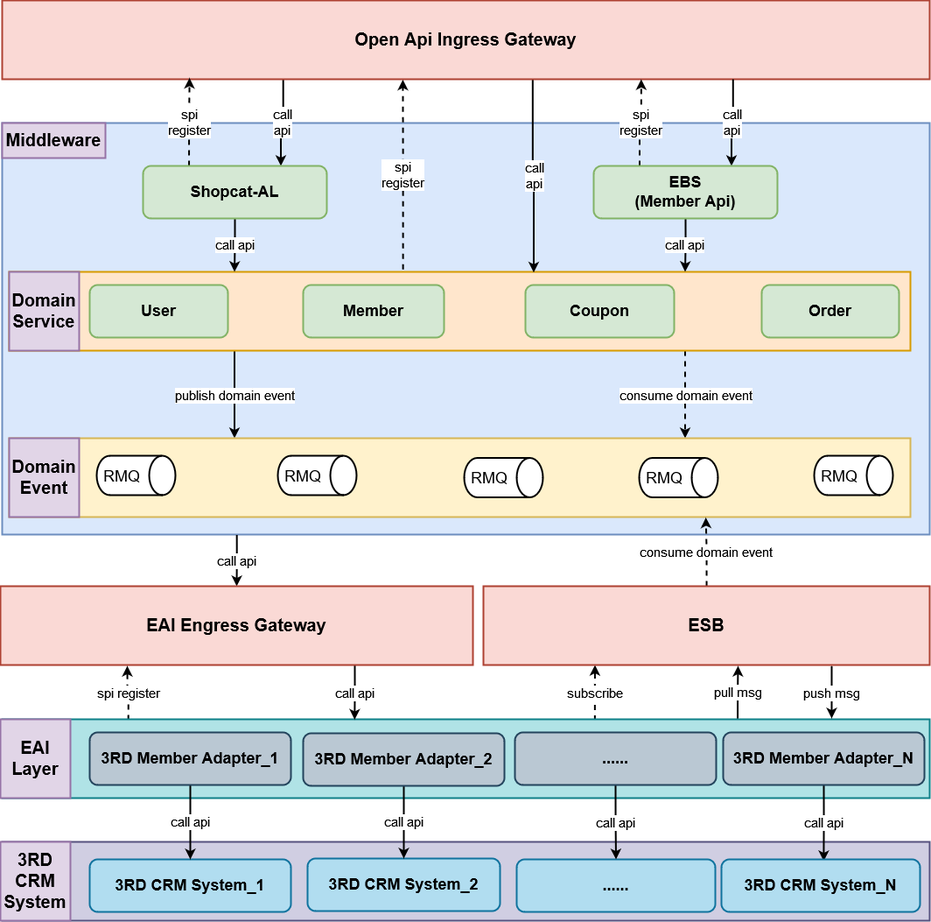
jackie-thank/beego-authz keeps this draw.io diagram as Shopcat.drawio.png. Above is the earlier version. Source tidied: cells renumbered, new cells last; positions are measured from the earlier drawing's top-left corner, leaving out a move shared by most shapes. The source it was exported from:
```xml
<mxGraphModel>
  <root>
    <mxCell id="0" />
    <mxCell id="1" parent="0" />
    <mxCell id="2" style="rounded=0;whiteSpace=wrap;html=1;strokeWidth=2;fontSize=18;fillColor=#dae8fc;strokeColor=#6c8ebf;" parent="1" vertex="1">
      <mxGeometry x="2" y="140" width="1060" height="470" as="geometry" />
    </mxCell>
    <mxCell id="3" value="&lt;div&gt;publish domain event&lt;br&gt;&lt;/div&gt;" style="edgeStyle=orthogonalEdgeStyle;rounded=0;jettySize=auto;html=1;exitX=0.25;exitY=1;exitDx=0;exitDy=0;entryX=0.25;entryY=0;entryDx=0;entryDy=0;strokeWidth=2;fontSize=15;" parent="1" edge="1" source="6" target="44">
      <mxGeometry relative="1" as="geometry" />
    </mxCell>
    <mxCell id="4" value="&lt;div&gt;consume domain event&lt;br&gt;&lt;/div&gt;" style="edgeStyle=orthogonalEdgeStyle;rounded=0;jettySize=auto;html=1;exitX=0.75;exitY=1;exitDx=0;exitDy=0;entryX=0.75;entryY=0;entryDx=0;entryDy=0;strokeWidth=2;fontSize=15;dashed=1;" parent="1" edge="1" source="6" target="44">
      <mxGeometry relative="1" as="geometry" />
    </mxCell>
    <mxCell id="5" value="&lt;div&gt;spi&lt;/div&gt;&lt;div&gt;register&lt;br&gt;&lt;/div&gt;" style="edgeStyle=orthogonalEdgeStyle;rounded=0;jettySize=auto;html=1;exitX=0.437;exitY=-0.031;exitDx=0;exitDy=0;entryX=0.432;entryY=1.005;entryDx=0;entryDy=0;entryPerimeter=0;dashed=1;strokeWidth=2;fontSize=15;exitPerimeter=0;" parent="1" edge="1" source="6" target="9">
      <mxGeometry relative="1" as="geometry" />
    </mxCell>
    <mxCell id="6" style="rounded=0;whiteSpace=wrap;html=1;strokeWidth=2;fontSize=20;fontStyle=1;fillColor=#ffe6cc;strokeColor=#d79b00;" parent="1" vertex="1">
      <mxGeometry x="10" y="310" width="1030" height="90" as="geometry" />
    </mxCell>
    <mxCell id="7" value="&lt;div&gt;call&lt;/div&gt;&lt;div&gt;api&lt;/div&gt;" style="edgeStyle=orthogonalEdgeStyle;rounded=0;jettySize=auto;html=1;exitX=0.303;exitY=0.983;exitDx=0;exitDy=0;entryX=0.75;entryY=0;entryDx=0;entryDy=0;strokeWidth=2;fontSize=15;exitPerimeter=0;" parent="1" edge="1" source="9" target="22">
      <mxGeometry relative="1" as="geometry" />
    </mxCell>
    <mxCell id="8" value="&lt;div&gt;call&lt;/div&gt;&lt;div&gt;api&lt;br&gt;&lt;/div&gt;" style="edgeStyle=orthogonalEdgeStyle;rounded=0;jettySize=auto;html=1;exitX=0.572;exitY=0.99;exitDx=0;exitDy=0;entryX=0.582;entryY=0.008;entryDx=0;entryDy=0;entryPerimeter=0;strokeWidth=2;fontSize=15;exitPerimeter=0;" parent="1" edge="1" source="9" target="6">
      <mxGeometry relative="1" as="geometry" />
    </mxCell>
    <mxCell id="9" value="Open Api Ingress Gateway" style="rounded=0;whiteSpace=wrap;html=1;strokeWidth=2;fontSize=20;fontStyle=1;fillColor=#fad9d5;strokeColor=#ae4132;" parent="1" vertex="1">
      <mxGeometry x="2" width="1060" height="90" as="geometry" />
    </mxCell>
    <mxCell id="10" style="rounded=0;whiteSpace=wrap;html=1;strokeWidth=2;fontSize=18;fillColor=#d0cee2;strokeColor=#56517e;" parent="1" vertex="1">
      <mxGeometry x="2" y="961" width="1060" height="90" as="geometry" />
    </mxCell>
    <mxCell id="11" value="spi register" style="edgeStyle=orthogonalEdgeStyle;rounded=0;jettySize=auto;html=1;exitX=0.136;exitY=0.011;exitDx=0;exitDy=0;dashed=1;strokeWidth=2;fontSize=15;exitPerimeter=0;" parent="1" edge="1" source="14">
      <mxGeometry relative="1" as="geometry">
        <mxPoint x="145" y="760" as="targetPoint" />
      </mxGeometry>
    </mxCell>
    <mxCell id="12" value="subscribe" style="edgeStyle=orthogonalEdgeStyle;rounded=0;jettySize=auto;html=1;exitX=0.639;exitY=0.016;exitDx=0;exitDy=0;entryX=0.25;entryY=1;entryDx=0;entryDy=0;dashed=1;strokeWidth=2;fontSize=15;exitPerimeter=0;" parent="1" edge="1" source="14" target="64">
      <mxGeometry relative="1" as="geometry" />
    </mxCell>
    <mxCell id="13" value="pull msg" style="edgeStyle=orthogonalEdgeStyle;rounded=0;jettySize=auto;html=1;exitX=0.793;exitY=-0.007;exitDx=0;exitDy=0;strokeWidth=2;fontSize=15;exitPerimeter=0;" parent="1" edge="1" source="14">
      <mxGeometry relative="1" as="geometry">
        <mxPoint x="843" y="760" as="targetPoint" />
      </mxGeometry>
    </mxCell>
    <mxCell id="14" style="rounded=0;whiteSpace=wrap;html=1;strokeWidth=2;fontSize=18;fillColor=#b0e3e6;strokeColor=#0e8088;" parent="1" vertex="1">
      <mxGeometry x="2" y="821" width="1060" height="90" as="geometry" />
    </mxCell>
    <mxCell id="15" value="&lt;div style=&quot;font-size: 15px;&quot;&gt;call&lt;/div&gt;&lt;div style=&quot;font-size: 15px;&quot;&gt;api&lt;br style=&quot;font-size: 15px;&quot;&gt;&lt;/div&gt;" style="edgeStyle=orthogonalEdgeStyle;rounded=0;jettySize=auto;html=1;entryX=0.75;entryY=0;entryDx=0;entryDy=0;strokeWidth=2;fontSize=15;exitX=0.788;exitY=1;exitDx=0;exitDy=0;exitPerimeter=0;" parent="1" edge="1" source="9" target="26">
      <mxGeometry relative="1" as="geometry" />
    </mxCell>
    <mxCell id="16" value="Member" style="rounded=1;whiteSpace=wrap;html=1;strokeWidth=2;fontSize=18;fontStyle=1;fillColor=#d5e8d4;strokeColor=#82b366;" parent="1" vertex="1">
      <mxGeometry x="346" y="325" width="161" height="60" as="geometry" />
    </mxCell>
    <mxCell id="17" value="User" style="rounded=1;whiteSpace=wrap;html=1;strokeWidth=2;fontSize=18;fontStyle=1;fillColor=#d5e8d4;strokeColor=#82b366;" parent="1" vertex="1">
      <mxGeometry x="102" y="325" width="158" height="60" as="geometry" />
    </mxCell>
    <mxCell id="18" value="Coupon" style="rounded=1;whiteSpace=wrap;html=1;strokeWidth=2;fontSize=18;fontStyle=1;fillColor=#d5e8d4;strokeColor=#82b366;" parent="1" vertex="1">
      <mxGeometry x="600" y="325" width="170" height="60" as="geometry" />
    </mxCell>
    <mxCell id="19" value="Order" style="rounded=1;whiteSpace=wrap;html=1;strokeWidth=2;fontSize=18;fontStyle=1;fillColor=#d5e8d4;strokeColor=#82b366;" parent="1" vertex="1">
      <mxGeometry x="870" y="325" width="157" height="60" as="geometry" />
    </mxCell>
    <mxCell id="20" value="call api" style="edgeStyle=orthogonalEdgeStyle;rounded=0;jettySize=auto;html=1;exitX=0.5;exitY=1;exitDx=0;exitDy=0;entryX=0.25;entryY=0;entryDx=0;entryDy=0;strokeWidth=2;fontSize=15;" parent="1" edge="1" source="22" target="6">
      <mxGeometry relative="1" as="geometry" />
    </mxCell>
    <mxCell id="21" value="&lt;div&gt;spi&lt;/div&gt;&lt;div&gt;register&lt;br&gt;&lt;/div&gt;" style="edgeStyle=orthogonalEdgeStyle;rounded=0;jettySize=auto;html=1;exitX=0.25;exitY=0;exitDx=0;exitDy=0;entryX=0.202;entryY=0.983;entryDx=0;entryDy=0;entryPerimeter=0;strokeWidth=2;fontSize=15;dashed=1;" parent="1" edge="1" source="22" target="9">
      <mxGeometry relative="1" as="geometry" />
    </mxCell>
    <mxCell id="22" value="Shopcat-AL" style="rounded=1;whiteSpace=wrap;html=1;strokeWidth=2;fontSize=18;fontStyle=1;fillColor=#d5e8d4;strokeColor=#82b366;" parent="1" vertex="1">
      <mxGeometry x="163" y="189" width="210" height="60" as="geometry" />
    </mxCell>
    <mxCell id="23" value="call api" style="edgeStyle=orthogonalEdgeStyle;rounded=0;jettySize=auto;html=1;strokeWidth=2;fontSize=15;exitX=0.5;exitY=1;exitDx=0;exitDy=0;entryX=0.75;entryY=0;entryDx=0;entryDy=0;" parent="1" edge="1" source="26" target="6">
      <mxGeometry relative="1" as="geometry" />
    </mxCell>
    <mxCell id="24" value="call api" style="edgeStyle=orthogonalEdgeStyle;rounded=0;jettySize=auto;html=1;strokeWidth=2;fontSize=15;entryX=0.5;entryY=0;entryDx=0;entryDy=0;exitX=0.253;exitY=1.001;exitDx=0;exitDy=0;exitPerimeter=0;" parent="1" edge="1" source="2" target="37">
      <mxGeometry relative="1" as="geometry" />
    </mxCell>
    <mxCell id="25" value="&lt;div style=&quot;font-size: 15px;&quot;&gt;spi&lt;/div&gt;&lt;div style=&quot;font-size: 15px;&quot;&gt;register&lt;br style=&quot;font-size: 15px;&quot;&gt;&lt;/div&gt;" style="edgeStyle=orthogonalEdgeStyle;rounded=0;jettySize=auto;html=1;exitX=0.25;exitY=0;exitDx=0;exitDy=0;entryX=0.689;entryY=1;entryDx=0;entryDy=0;entryPerimeter=0;strokeWidth=2;fontSize=15;dashed=1;" parent="1" edge="1" source="26" target="9">
      <mxGeometry relative="1" as="geometry" />
    </mxCell>
    <mxCell id="26" value="&lt;div&gt;EBS&lt;/div&gt;&lt;div&gt;(Member Api)&lt;br&gt;&lt;/div&gt;" style="rounded=1;whiteSpace=wrap;html=1;strokeWidth=2;fontSize=18;fontStyle=1;fillColor=#d5e8d4;strokeColor=#82b366;" parent="1" vertex="1">
      <mxGeometry x="678" y="189" width="210" height="60" as="geometry" />
    </mxCell>
    <mxCell id="27" value="&lt;div style=&quot;font-size: 15px;&quot;&gt;call api&lt;/div&gt;" style="edgeStyle=orthogonalEdgeStyle;rounded=0;jettySize=auto;html=1;exitX=0.5;exitY=1;exitDx=0;exitDy=0;entryX=0.515;entryY=0.033;entryDx=0;entryDy=0;entryPerimeter=0;strokeWidth=2;fontSize=15;" parent="1" edge="1" source="28" target="29">
      <mxGeometry relative="1" as="geometry" />
    </mxCell>
    <mxCell id="28" value="&lt;div&gt;3RD Member Adapter_N&lt;br&gt;&lt;/div&gt;" style="rounded=1;whiteSpace=wrap;html=1;strokeWidth=2;fontSize=18;fontStyle=1;fillColor=#bac8d3;strokeColor=#23445d;" parent="1" vertex="1">
      <mxGeometry x="826" y="836" width="230" height="60" as="geometry" />
    </mxCell>
    <mxCell id="29" value="&lt;div&gt;3RD CRM System_N&lt;br&gt;&lt;/div&gt;" style="rounded=1;whiteSpace=wrap;html=1;strokeWidth=2;fontSize=18;fontStyle=1;fillColor=#b1ddf0;strokeColor=#10739e;" parent="1" vertex="1">
      <mxGeometry x="824" y="981" width="227" height="60" as="geometry" />
    </mxCell>
    <mxCell id="30" value="Middleware" style="rounded=0;whiteSpace=wrap;html=1;strokeWidth=2;fontSize=20;fontStyle=1;fillColor=#e1d5e7;strokeColor=#9673a6;" parent="1" vertex="1">
      <mxGeometry x="2" y="140" width="118" height="40" as="geometry" />
    </mxCell>
    <mxCell id="31" value="&lt;div&gt;EAI&lt;/div&gt;&lt;div&gt;Layer&lt;br&gt;&lt;/div&gt;" style="rounded=0;whiteSpace=wrap;html=1;strokeWidth=2;fontSize=20;fontStyle=1;fillColor=#e1d5e7;strokeColor=#9673a6;" parent="1" vertex="1">
      <mxGeometry y="821" width="80" height="90" as="geometry" />
    </mxCell>
    <mxCell id="32" value="&lt;div&gt;3RD&lt;/div&gt;&lt;div&gt;CRM&lt;/div&gt;&lt;div&gt;System&lt;br&gt;&lt;/div&gt;" style="rounded=0;whiteSpace=wrap;html=1;strokeWidth=2;fontSize=20;fontStyle=1;fillColor=#e1d5e7;strokeColor=#9673a6;" parent="1" vertex="1">
      <mxGeometry y="961" width="80" height="90" as="geometry" />
    </mxCell>
    <mxCell id="33" value="&lt;div&gt;3RD CRM System_1&lt;br&gt;&lt;/div&gt;" style="rounded=1;whiteSpace=wrap;html=1;strokeWidth=2;fontSize=18;fontStyle=1;fillColor=#b1ddf0;strokeColor=#10739e;" parent="1" vertex="1">
      <mxGeometry x="102" y="981" width="230" height="60" as="geometry" />
    </mxCell>
    <mxCell id="34" value="&lt;div&gt;3RD CRM System_2&lt;br&gt;&lt;/div&gt;" style="rounded=1;whiteSpace=wrap;html=1;strokeWidth=2;fontSize=18;fontStyle=1;fillColor=#b1ddf0;strokeColor=#10739e;" parent="1" vertex="1">
      <mxGeometry x="351" y="980" width="220" height="60" as="geometry" />
    </mxCell>
    <mxCell id="35" value="......" style="rounded=1;whiteSpace=wrap;html=1;strokeWidth=2;fontSize=18;fontStyle=1;fillColor=#b1ddf0;strokeColor=#10739e;" parent="1" vertex="1">
      <mxGeometry x="590" y="981" width="227" height="60" as="geometry" />
    </mxCell>
    <mxCell id="36" value="call api" style="edgeStyle=orthogonalEdgeStyle;rounded=0;jettySize=auto;html=1;exitX=0.75;exitY=1;exitDx=0;exitDy=0;entryX=0.38;entryY=0.005;entryDx=0;entryDy=0;strokeWidth=2;fontSize=15;entryPerimeter=0;" parent="1" edge="1" source="37" target="14">
      <mxGeometry relative="1" as="geometry" />
    </mxCell>
    <mxCell id="37" value="EAI Engress Gateway" style="rounded=0;whiteSpace=wrap;html=1;strokeWidth=2;fontSize=20;fontStyle=1;fillColor=#fad9d5;strokeColor=#ae4132;" parent="1" vertex="1">
      <mxGeometry y="669" width="540" height="90" as="geometry" />
    </mxCell>
    <mxCell id="38" value="call api" style="edgeStyle=orthogonalEdgeStyle;rounded=0;jettySize=auto;html=1;exitX=0.5;exitY=1;exitDx=0;exitDy=0;entryX=0.5;entryY=0;entryDx=0;entryDy=0;strokeWidth=2;fontSize=15;" parent="1" edge="1" source="39" target="33">
      <mxGeometry relative="1" as="geometry" />
    </mxCell>
    <mxCell id="39" value="&lt;div&gt;3RD Member Adapter_1&lt;br&gt;&lt;/div&gt;" style="rounded=1;whiteSpace=wrap;html=1;strokeWidth=2;fontSize=18;fontStyle=1;fillColor=#bac8d3;strokeColor=#23445d;" parent="1" vertex="1">
      <mxGeometry x="102" y="836" width="230" height="60" as="geometry" />
    </mxCell>
    <mxCell id="40" value="call api" style="edgeStyle=orthogonalEdgeStyle;rounded=0;jettySize=auto;html=1;exitX=0.5;exitY=1;exitDx=0;exitDy=0;strokeWidth=2;fontSize=15;" parent="1" edge="1" source="41" target="34">
      <mxGeometry relative="1" as="geometry" />
    </mxCell>
    <mxCell id="41" value="&lt;div&gt;3RD Member Adapter_2&lt;br&gt;&lt;/div&gt;" style="rounded=1;whiteSpace=wrap;html=1;strokeWidth=2;fontSize=18;fontStyle=1;fillColor=#bac8d3;strokeColor=#23445d;" parent="1" vertex="1">
      <mxGeometry x="346" y="837" width="230" height="60" as="geometry" />
    </mxCell>
    <mxCell id="42" value="call api" style="edgeStyle=orthogonalEdgeStyle;rounded=0;jettySize=auto;html=1;exitX=0.5;exitY=1;exitDx=0;exitDy=0;strokeWidth=2;fontSize=15;" parent="1" edge="1" source="43" target="35">
      <mxGeometry relative="1" as="geometry" />
    </mxCell>
    <mxCell id="43" value="......" style="rounded=1;whiteSpace=wrap;html=1;strokeWidth=2;fontSize=18;fontStyle=1;fillColor=#bac8d3;strokeColor=#23445d;" parent="1" vertex="1">
      <mxGeometry x="588" y="836" width="230" height="60" as="geometry" />
    </mxCell>
    <mxCell id="44" style="rounded=0;whiteSpace=wrap;html=1;strokeWidth=2;fontSize=20;fontStyle=1;fillColor=#fff2cc;strokeColor=#d6b656;" parent="1" vertex="1">
      <mxGeometry x="10" y="500" width="1030" height="90" as="geometry" />
    </mxCell>
    <mxCell id="45" value="&lt;div&gt;Domain&lt;/div&gt;&lt;div&gt;Event&lt;br&gt;&lt;/div&gt;" style="rounded=0;whiteSpace=wrap;html=1;strokeWidth=2;fontSize=20;fontStyle=1;fillColor=#e1d5e7;strokeColor=#9673a6;" parent="1" vertex="1">
      <mxGeometry x="10" y="500" width="80" height="90" as="geometry" />
    </mxCell>
    <mxCell id="46" style="group;strokeWidth=2;fontSize=18;" parent="1" vertex="1">
      <mxGeometry x="110" y="520" width="90" height="45" as="geometry" />
    </mxCell>
    <mxCell id="47" style="shape=cylinder3;whiteSpace=wrap;html=1;boundedLbl=1;backgroundOutline=1;size=15;strokeWidth=2;fontSize=18;rotation=90;" parent="46" vertex="1">
      <mxGeometry x="22.5" y="-22.5" width="45" height="90" as="geometry" />
    </mxCell>
    <mxCell id="48" value="RMQ" style="text;html=1;strokeColor=none;fillColor=none;align=center;verticalAlign=middle;whiteSpace=wrap;rounded=0;strokeWidth=2;fontSize=18;" parent="46" vertex="1">
      <mxGeometry y="7.5" width="58" height="30" as="geometry" />
    </mxCell>
    <mxCell id="49" style="group;strokeWidth=2;fontSize=18;" parent="1" vertex="1">
      <mxGeometry x="317" y="520" width="90" height="45" as="geometry" />
    </mxCell>
    <mxCell id="50" style="shape=cylinder3;whiteSpace=wrap;html=1;boundedLbl=1;backgroundOutline=1;size=15;strokeWidth=2;fontSize=18;rotation=90;" parent="49" vertex="1">
      <mxGeometry x="22.5" y="-22.5" width="45" height="90" as="geometry" />
    </mxCell>
    <mxCell id="51" value="RMQ" style="text;html=1;strokeColor=none;fillColor=none;align=center;verticalAlign=middle;whiteSpace=wrap;rounded=0;strokeWidth=2;fontSize=18;" parent="49" vertex="1">
      <mxGeometry y="7.5" width="58" height="30" as="geometry" />
    </mxCell>
    <mxCell id="52" style="group;strokeWidth=2;fontSize=18;" parent="1" vertex="1">
      <mxGeometry x="530" y="522.5" width="90" height="45" as="geometry" />
    </mxCell>
    <mxCell id="53" style="shape=cylinder3;whiteSpace=wrap;html=1;boundedLbl=1;backgroundOutline=1;size=15;strokeWidth=2;fontSize=18;rotation=90;" parent="52" vertex="1">
      <mxGeometry x="22.5" y="-22.5" width="45" height="90" as="geometry" />
    </mxCell>
    <mxCell id="54" value="RMQ" style="text;html=1;strokeColor=none;fillColor=none;align=center;verticalAlign=middle;whiteSpace=wrap;rounded=0;strokeWidth=2;fontSize=18;" parent="52" vertex="1">
      <mxGeometry y="7.5" width="58" height="30" as="geometry" />
    </mxCell>
    <mxCell id="55" style="group;strokeWidth=2;fontSize=18;" parent="1" vertex="1">
      <mxGeometry x="730" y="522.5" width="90" height="45" as="geometry" />
    </mxCell>
    <mxCell id="56" style="shape=cylinder3;whiteSpace=wrap;html=1;boundedLbl=1;backgroundOutline=1;size=15;strokeWidth=2;fontSize=18;rotation=90;" parent="55" vertex="1">
      <mxGeometry x="22.5" y="-22.5" width="45" height="90" as="geometry" />
    </mxCell>
    <mxCell id="57" value="RMQ" style="text;html=1;strokeColor=none;fillColor=none;align=center;verticalAlign=middle;whiteSpace=wrap;rounded=0;strokeWidth=2;fontSize=18;" parent="55" vertex="1">
      <mxGeometry y="7.5" width="58" height="30" as="geometry" />
    </mxCell>
    <mxCell id="58" style="group;strokeWidth=2;fontSize=18;" parent="1" vertex="1">
      <mxGeometry x="930" y="520" width="90" height="45" as="geometry" />
    </mxCell>
    <mxCell id="59" style="shape=cylinder3;whiteSpace=wrap;html=1;boundedLbl=1;backgroundOutline=1;size=15;strokeWidth=2;fontSize=18;rotation=90;" parent="58" vertex="1">
      <mxGeometry x="22.5" y="-22.5" width="45" height="90" as="geometry" />
    </mxCell>
    <mxCell id="60" value="RMQ" style="text;html=1;strokeColor=none;fillColor=none;align=center;verticalAlign=middle;whiteSpace=wrap;rounded=0;strokeWidth=2;fontSize=18;" parent="58" vertex="1">
      <mxGeometry y="7.5" width="58" height="30" as="geometry" />
    </mxCell>
    <mxCell id="61" value="&lt;div&gt;Domain&lt;/div&gt;&lt;div&gt;Service&lt;br&gt;&lt;/div&gt;" style="rounded=0;whiteSpace=wrap;html=1;strokeWidth=2;fontSize=20;fontStyle=1;fillColor=#e1d5e7;strokeColor=#9673a6;" parent="1" vertex="1">
      <mxGeometry x="10" y="310" width="80" height="90" as="geometry" />
    </mxCell>
    <mxCell id="62" value="&lt;div&gt;consume domain event&lt;br&gt;&lt;/div&gt;" style="edgeStyle=orthogonalEdgeStyle;rounded=0;jettySize=auto;html=1;exitX=0.5;exitY=0;exitDx=0;exitDy=0;dashed=1;strokeWidth=2;fontSize=15;entryX=0.773;entryY=1.006;entryDx=0;entryDy=0;entryPerimeter=0;" parent="1" edge="1" source="64" target="44">
      <mxGeometry relative="1" as="geometry" />
    </mxCell>
    <mxCell id="63" value="&lt;div&gt;push msg&lt;/div&gt;" style="edgeStyle=orthogonalEdgeStyle;rounded=0;orthogonalLoop=1;jettySize=auto;html=1;strokeWidth=2;fontSize=15;" parent="1" edge="1">
      <mxGeometry relative="1" as="geometry">
        <mxPoint x="950" y="760" as="sourcePoint" />
        <mxPoint x="950" y="820" as="targetPoint" />
      </mxGeometry>
    </mxCell>
    <mxCell id="64" value="ESB" style="rounded=0;whiteSpace=wrap;html=1;strokeWidth=2;fontSize=20;fontStyle=1;fillColor=#fad9d5;strokeColor=#ae4132;" parent="1" vertex="1">
      <mxGeometry x="552" y="669" width="510" height="90" as="geometry" />
    </mxCell>
  </root>
</mxGraphModel>
```
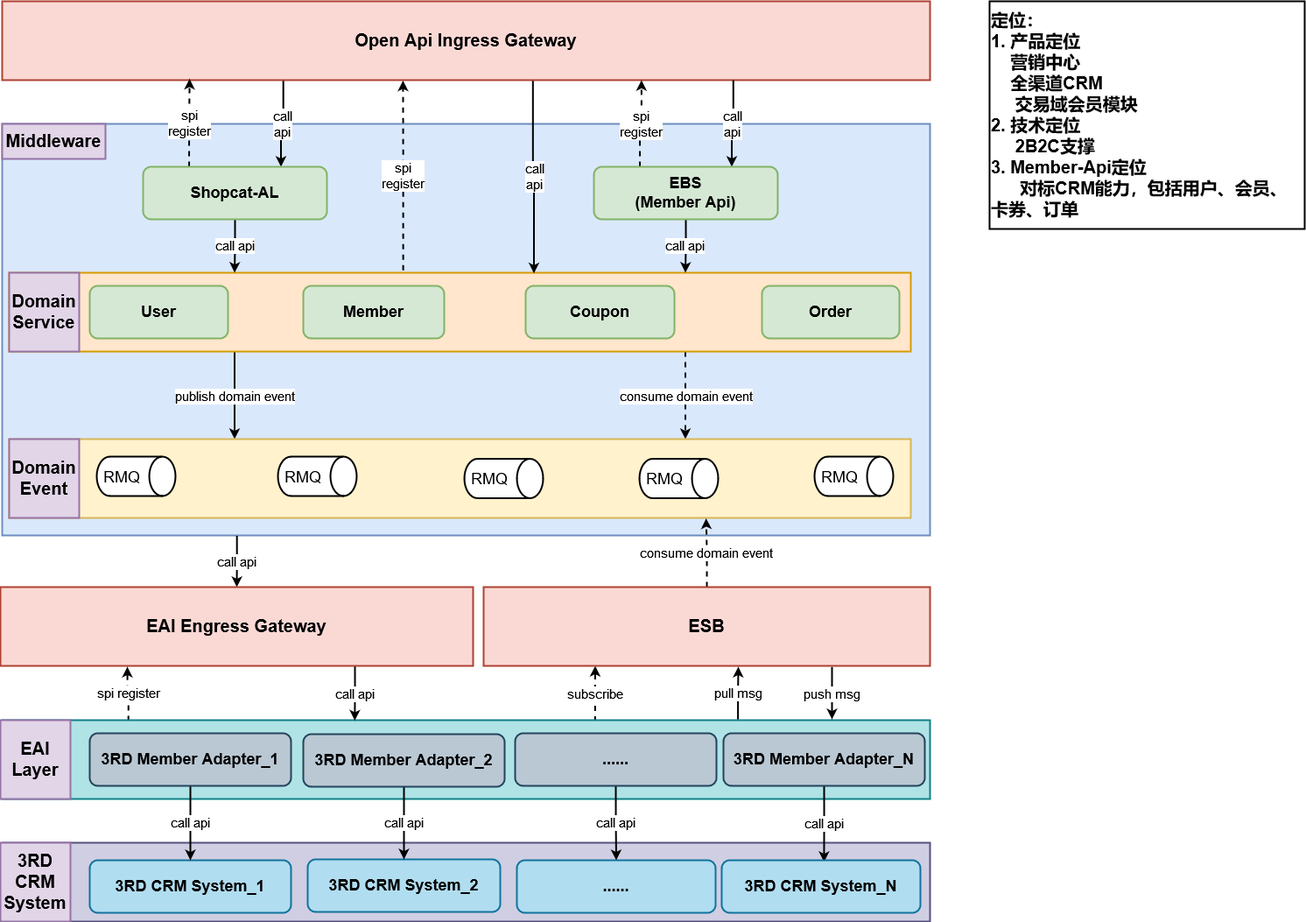
Later version of the same file.

What changed in the source:
```diff
@@ -198,5 +198,8 @@
     <mxCell id="64" value="ESB" style="rounded=0;whiteSpace=wrap;html=1;strokeWidth=2;fontSize=20;fontStyle=1;fillColor=#fad9d5;strokeColor=#ae4132;" parent="1" vertex="1">
       <mxGeometry x="552" y="669" width="510" height="90" as="geometry" />
     </mxCell>
+    <mxCell id="65" value="&lt;div style=&quot;font-size: 20px;&quot;&gt;定位：&lt;/div&gt;&lt;div style=&quot;font-size: 20px;&quot;&gt;1. 产品定位&lt;/div&gt;&lt;div style=&quot;font-size: 20px;&quot;&gt;&amp;nbsp;&amp;nbsp;&amp;nbsp; 营销中心&lt;br style=&quot;font-size: 20px;&quot;&gt;&lt;/div&gt;&lt;div style=&quot;font-size: 20px;&quot;&gt;&amp;nbsp;&amp;nbsp;&amp;nbsp; 全渠道CRM&lt;/div&gt;&lt;div style=&quot;font-size: 20px;&quot;&gt;&amp;nbsp;&amp;nbsp;&amp;nbsp;&amp;nbsp; 交易域会员模块&lt;br style=&quot;font-size: 20px;&quot;&gt;&lt;/div&gt;&lt;div style=&quot;font-size: 20px;&quot;&gt;2. 技术定位&lt;/div&gt;&lt;div style=&quot;font-size: 20px;&quot;&gt;&amp;nbsp;&amp;nbsp;&amp;nbsp;&amp;nbsp; 2B2C支撑&lt;br style=&quot;font-size: 20px;&quot;&gt;&lt;/div&gt;&lt;div style=&quot;font-size: 20px;&quot;&gt;3. Member-Api定位&lt;/div&gt;&lt;div style=&quot;font-size: 20px;&quot;&gt;&amp;nbsp;&amp;nbsp;&amp;nbsp;&amp;nbsp;&amp;nbsp; 对标CRM能力，包括用户、会员、卡券、订单&lt;br style=&quot;font-size: 20px;&quot;&gt;&lt;/div&gt;" style="rounded=0;whiteSpace=wrap;html=1;strokeWidth=2;fontSize=20;align=left;fontStyle=1;" parent="1" vertex="1">
+      <mxGeometry x="1130" width="360" height="260" as="geometry" />
+    </mxCell>
   </root>
 </mxGraphModel>
```
